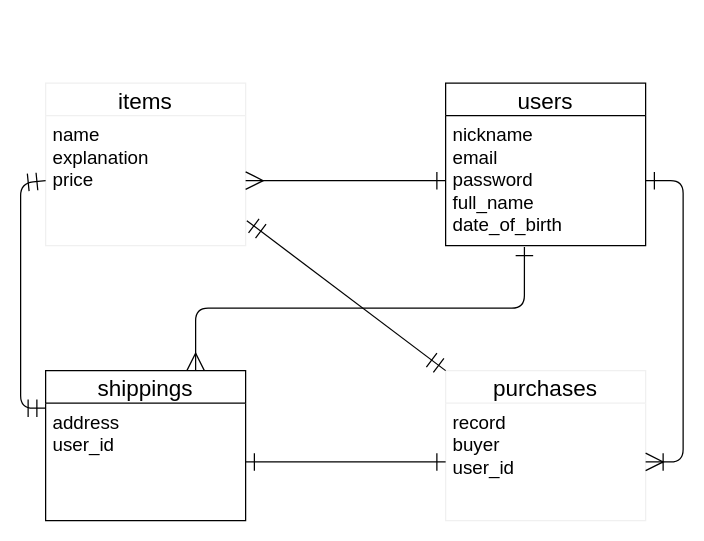
The draw.io diagram test.dio in kazupin0930/furima-34016, before the edit. Source tidied: cells renumbered, new cells numbered last; positions are measured from the earlier drawing's top-left corner, leaving out a move shared by most shapes. Both pictures are drawn from the tidied source at 125%, with x=0, y=0 at pixel (20, 82).
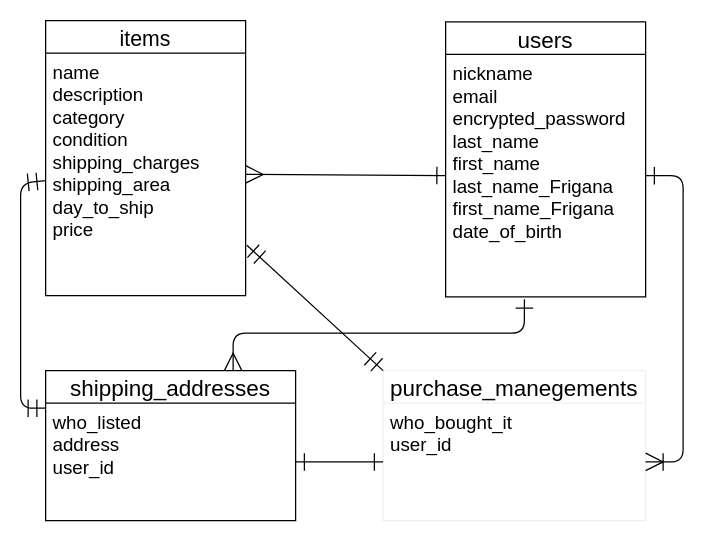
The same diagram, later.

What changed in the source:
```diff
@@
-    <mxCell id="3" value="items" style="swimlane;fontStyle=0;horizontal=1;startSize=26;align=center;fontSize=18;strokeColor=#F0F0F0;textDirection=ltr;" parent="1" vertex="1">
-      <mxGeometry x="20" width="160" height="130" as="geometry" />
-    </mxCell>
-    <mxCell id="4" value="name&#10;explanation&#10;price" style="text;strokeColor=none;fillColor=none;spacingLeft=4;spacingRight=4;overflow=hidden;points=[[0,0.5],[1,0.5]];portConstraint=eastwest;fontSize=15;" parent="3" vertex="1">
-      <mxGeometry y="26" width="160" height="104" as="geometry" />
-    </mxCell>
-    <mxCell id="5" style="edgeStyle=orthogonalEdgeStyle;rounded=0;orthogonalLoop=1;jettySize=auto;html=1;exitX=1;exitY=0.5;exitDx=0;exitDy=0;fontSize=17;" parent="3" edge="1">
-      <mxGeometry relative="1" as="geometry">
-        <mxPoint x="260" y="43" as="sourcePoint" />
-        <mxPoint x="260" y="43" as="targetPoint" />
-      </mxGeometry>
-    </mxCell>
-    <mxCell id="6" value="purchases" style="swimlane;fontStyle=0;horizontal=1;startSize=26;align=center;fontSize=18;strokeColor=#F0F0F0;" parent="1" vertex="1">
-      <mxGeometry x="340" y="230" width="160" height="120" as="geometry" />
+    <mxCell id="6" value="purchase_manegements" style="swimlane;fontStyle=0;horizontal=1;startSize=26;align=center;fontSize=18;strokeColor=#F0F0F0;" parent="1" vertex="1">
+      <mxGeometry x="290" y="230" width="210" height="120" as="geometry" />
     </mxCell>
-    <mxCell id="7" value="record&#10;buyer&#10;user_id" style="text;strokeColor=none;fillColor=none;spacingLeft=4;spacingRight=4;overflow=hidden;points=[[0,0.5],[1,0.5]];portConstraint=eastwest;fontSize=15;" parent="6" vertex="1">
-      <mxGeometry y="26" width="160" height="94" as="geometry" />
+    <mxCell id="7" value="who_bought_it&#10;user_id" style="text;strokeColor=none;fillColor=none;spacingLeft=4;spacingRight=4;overflow=hidden;points=[[0,0.5],[1,0.5]];portConstraint=eastwest;fontSize=15;" parent="6" vertex="1">
+      <mxGeometry y="26" width="210" height="94" as="geometry" />
     </mxCell>
     <mxCell id="8" value="users" style="swimlane;fontStyle=0;horizontal=1;startSize=26;align=center;fontSize=18;" parent="1" vertex="1">
-      <mxGeometry x="340" width="160" height="130" as="geometry" />
+      <mxGeometry x="340" y="-49" width="160" height="220" as="geometry" />
     </mxCell>
-    <mxCell id="9" value="nickname&#10;email&#10;password&#10;full_name&#10;date_of_birth" style="text;strokeColor=none;fillColor=none;spacingLeft=4;spacingRight=4;overflow=hidden;points=[[0,0.5],[1,0.5]];portConstraint=eastwest;fontSize=15;" parent="8" vertex="1">
-      <mxGeometry y="26" width="160" height="104" as="geometry" />
+    <mxCell id="9" value="nickname&#10;email&#10;encrypted_password&#10;last_name&#10;first_name&#10;last_name_Frigana&#10;first_name_Frigana&#10;date_of_birth" style="text;strokeColor=none;fillColor=none;spacingLeft=4;spacingRight=4;overflow=hidden;points=[[0,0.5],[1,0.5]];portConstraint=eastwest;fontSize=15;" parent="8" vertex="1">
+      <mxGeometry y="26" width="160" height="194" as="geometry" />
     </mxCell>
-    <mxCell id="10" value="shippings" style="swimlane;fontStyle=0;horizontal=1;startSize=26;align=center;fontSize=18;" parent="1" vertex="1">
-      <mxGeometry x="20" y="230" width="160" height="120" as="geometry" />
+    <mxCell id="10" value="shipping_addresses" style="swimlane;fontStyle=0;horizontal=1;startSize=26;align=center;fontSize=18;" parent="1" vertex="1">
+      <mxGeometry x="20" y="230" width="200" height="120" as="geometry" />
     </mxCell>
-    <mxCell id="11" value="address&#10;user_id" style="text;strokeColor=none;fillColor=none;spacingLeft=4;spacingRight=4;overflow=hidden;points=[[0,0.5],[1,0.5]];portConstraint=eastwest;fontSize=15;" parent="10" vertex="1">
-      <mxGeometry y="26" width="160" height="94" as="geometry" />
+    <mxCell id="11" value="who_listed&#10;address&#10;user_id" style="text;strokeColor=none;fillColor=none;spacingLeft=4;spacingRight=4;overflow=hidden;points=[[0,0.5],[1,0.5]];portConstraint=eastwest;fontSize=15;" parent="10" vertex="1">
+      <mxGeometry y="26" width="200" height="94" as="geometry" />
     </mxCell>
-    <mxCell id="12" style="edgeStyle=entityRelationEdgeStyle;fontSize=12;html=1;endArrow=ERmany;startArrow=ERone;verticalAlign=top;exitX=0;exitY=0.5;exitDx=0;exitDy=0;strokeWidth=1;endSize=12;startSize=12;entryX=1;entryY=0.5;entryDx=0;entryDy=0;endFill=0;startFill=0;" parent="1" edge="1" source="9" target="4">
+    <mxCell id="12" style="fontSize=12;html=1;endArrow=ERmany;startArrow=ERone;verticalAlign=top;exitX=0;exitY=0.5;exitDx=0;exitDy=0;strokeWidth=1;endSize=12;startSize=12;endFill=0;startFill=0;entryX=1;entryY=0.5;entryDx=0;entryDy=0;" parent="1" edge="1" source="9" target="18">
       <mxGeometry relative="1" as="geometry" />
     </mxCell>
@@
-    <mxCell id="14" style="fontSize=12;html=1;endArrow=ERmandOne;startArrow=ERmandOne;strokeWidth=1;entryX=0;entryY=0;entryDx=0;entryDy=0;exitX=1.006;exitY=0.808;exitDx=0;exitDy=0;exitPerimeter=0;endSize=12;startSize=12;" parent="1" edge="1" source="4" target="6">
-      <mxGeometry relative="1" as="geometry" />
+    <mxCell id="14" style="fontSize=12;html=1;endArrow=ERmandOne;startArrow=ERmandOne;strokeWidth=1;entryX=0;entryY=0;entryDx=0;entryDy=0;exitX=1.006;exitY=0.808;exitDx=0;exitDy=0;exitPerimeter=0;endSize=12;startSize=12;" parent="1" edge="1" target="6">
+      <mxGeometry relative="1" as="geometry">
+        <mxPoint x="181" y="129.7" as="sourcePoint" />
+      </mxGeometry>
     </mxCell>
@@
     <mxCell id="17" style="fontSize=12;html=1;endArrow=ERmany;startArrow=ERone;strokeWidth=1;startFill=0;edgeStyle=orthogonalEdgeStyle;entryX=0.75;entryY=0;entryDx=0;entryDy=0;endSize=12;startSize=12;endFill=0;exitX=0.394;exitY=1.01;exitDx=0;exitDy=0;exitPerimeter=0;" parent="1" edge="1" source="9" target="10">
-      <mxGeometry relative="1" as="geometry" />
+      <mxGeometry relative="1" as="geometry">
+        <Array as="points">
+          <mxPoint x="403" y="200" />
+          <mxPoint x="170" y="200" />
+        </Array>
+      </mxGeometry>
     </mxCell>
+    <mxCell id="3" value="items" style="swimlane;fontStyle=0;horizontal=1;startSize=26;align=center;fontSize=17;" parent="1" vertex="1">
+      <mxGeometry x="20" y="-50" width="160" height="220" as="geometry" />
+    </mxCell>
+    <mxCell id="18" value="name&#10;description&#10;category&#10;condition&#10;shipping_charges&#10;shipping_area&#10;day_to_ship&#10;price" style="text;strokeColor=none;fillColor=none;spacingLeft=4;spacingRight=4;overflow=hidden;points=[[0,0.5],[1,0.5]];portConstraint=eastwest;fontSize=15;" parent="3" vertex="1">
+      <mxGeometry y="26" width="160" height="194" as="geometry" />
+    </mxCell>
```
